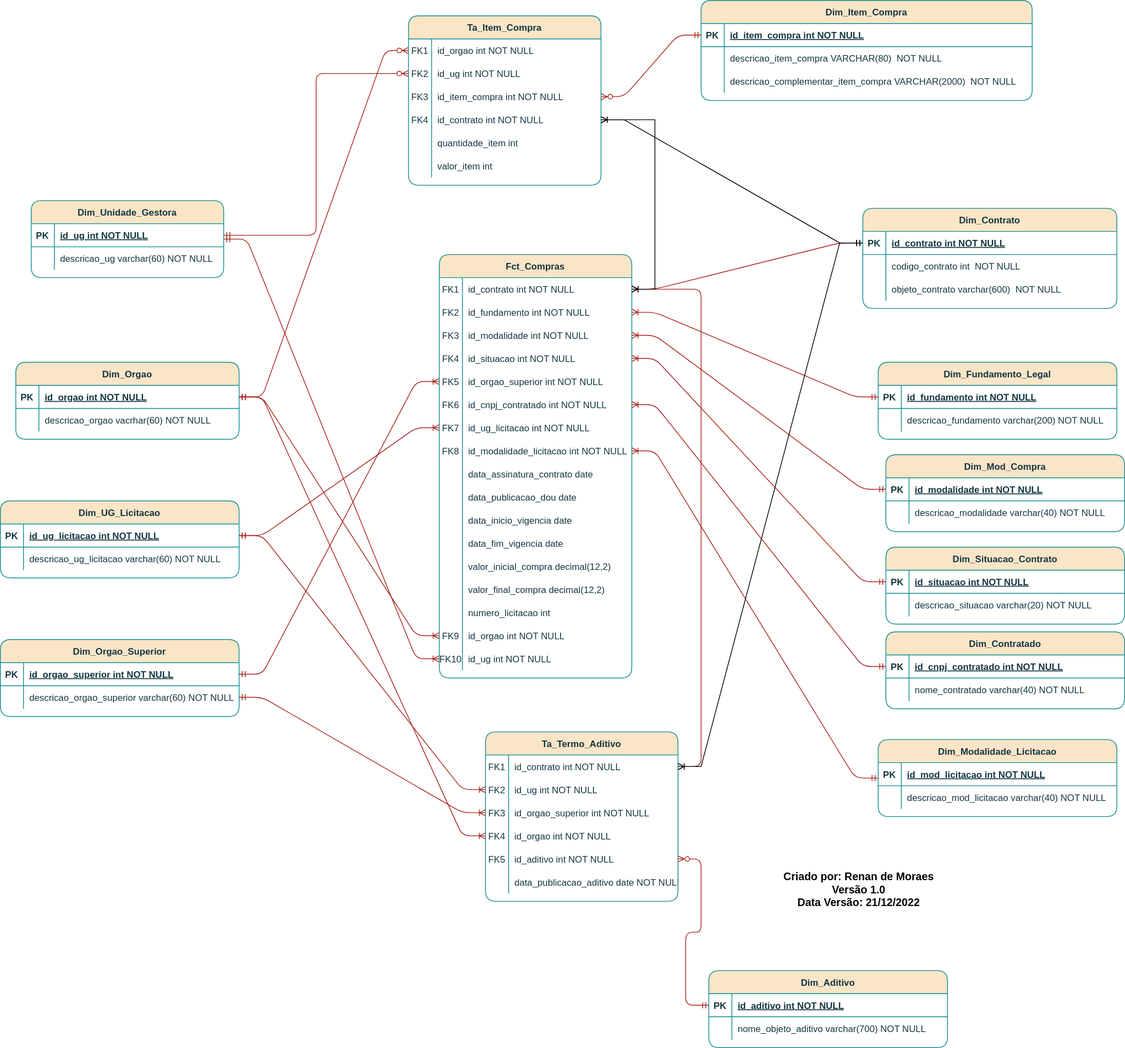
mpraes/projeto_dados_gov_federal keeps this draw.io diagram as DW-COMPRAS-GOV-FEDERAL.svg. Above is the earlier version. Source tidied: cells renumbered, new cells last; positions are measured from the earlier drawing's top-left corner, leaving out a move shared by most shapes.
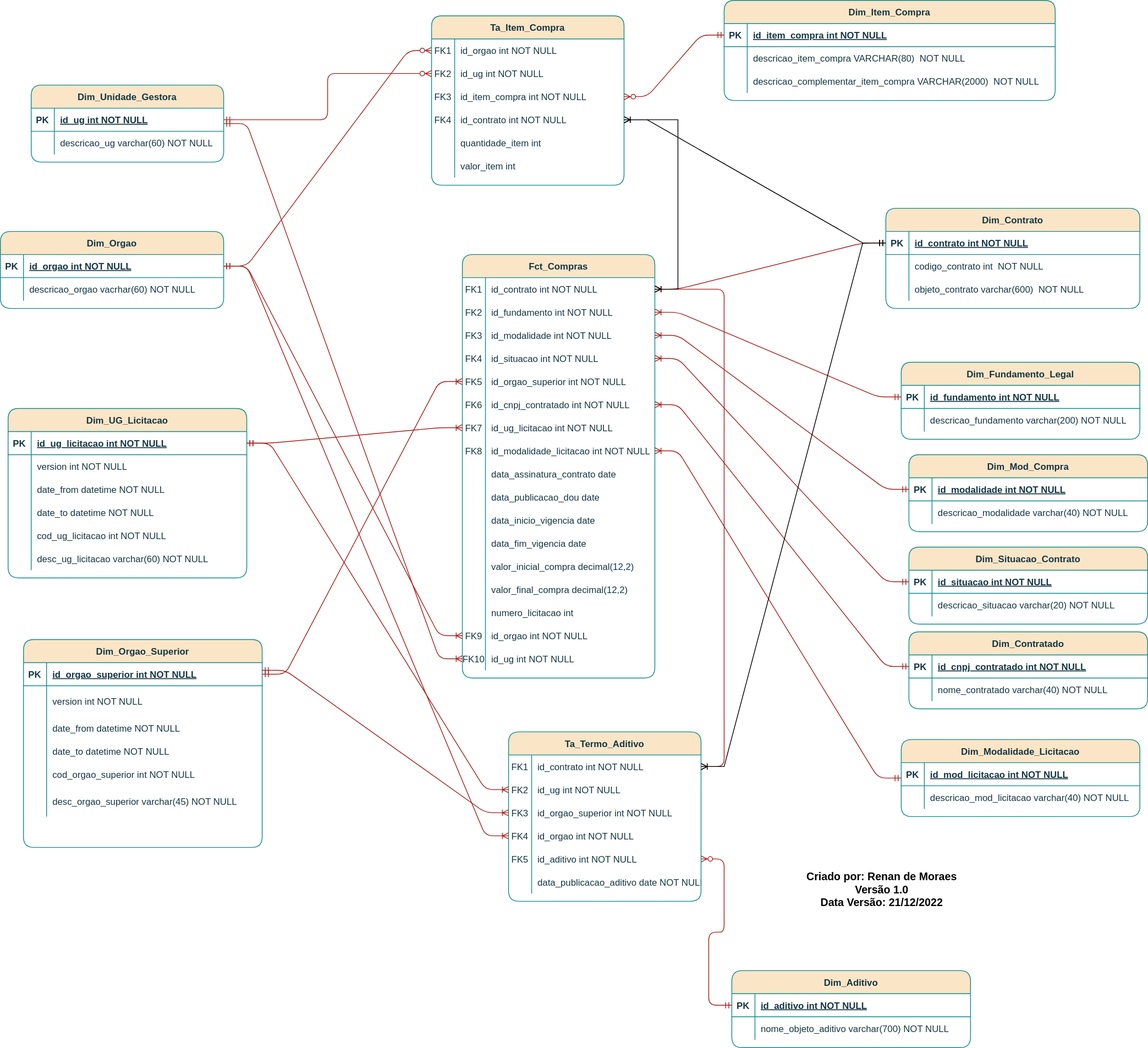
The same file after the commit.

The edit, as a diff of the source:
```diff
@@ -63,7 +63,7 @@
       <mxGeometry x="30" width="220" height="30" as="geometry" />
     </mxCell>
     <mxCell id="22" value="Dim_Unidade_Gestora" style="shape=table;startSize=30;rowLines=0;fontStyle=1;align=center;labelBackgroundColor=none;fillColor=#FAE5C7;strokeColor=#0F8B8D;fontColor=#143642;rounded=1;" parent="1" vertex="1">
-      <mxGeometry x="40" y="260" width="250" height="100" as="geometry" />
+      <mxGeometry x="10" y="110" width="250" height="100" as="geometry" />
     </mxCell>
     <mxCell id="23" style="shape=partialRectangle;fillColor=none;points=[[0,0.5],[1,0.5]];portConstraint=eastwest;top=0;left=0;right=0;bottom=1;labelBackgroundColor=none;strokeColor=#0F8B8D;fontColor=#143642;rounded=1;" parent="22" vertex="1">
       <mxGeometry y="30" width="250" height="30" as="geometry" />
@@ -84,7 +84,7 @@
       <mxGeometry x="30" width="220" height="30" as="geometry" />
     </mxCell>
     <mxCell id="29" value="Dim_Orgao" style="shape=table;startSize=30;rowLines=0;fontStyle=1;align=center;labelBackgroundColor=none;fillColor=#FAE5C7;strokeColor=#0F8B8D;fontColor=#143642;rounded=1;" parent="1" vertex="1">
-      <mxGeometry x="20" y="470" width="290" height="100" as="geometry" />
+      <mxGeometry x="-30" y="300" width="290" height="100" as="geometry" />
     </mxCell>
     <mxCell id="30" style="shape=partialRectangle;fillColor=none;points=[[0,0.5],[1,0.5]];portConstraint=eastwest;top=0;left=0;right=0;bottom=1;labelBackgroundColor=none;strokeColor=#0F8B8D;fontColor=#143642;rounded=1;" parent="29" vertex="1">
       <mxGeometry y="30" width="290" height="30" as="geometry" />
@@ -234,7 +234,7 @@
       <mxGeometry x="30" width="280" height="30" as="geometry" />
     </mxCell>
     <mxCell id="79" value="Dim_Orgao_Superior" style="shape=table;startSize=30;rowLines=0;fontStyle=1;align=center;labelBackgroundColor=none;fillColor=#FAE5C7;strokeColor=#0F8B8D;fontColor=#143642;rounded=1;" parent="1" vertex="1">
-      <mxGeometry y="830" width="310" height="100" as="geometry" />
+      <mxGeometry y="830" width="310" height="270" as="geometry" />
     </mxCell>
     <mxCell id="80" style="shape=partialRectangle;fillColor=none;points=[[0,0.5],[1,0.5]];portConstraint=eastwest;top=0;left=0;right=0;bottom=1;labelBackgroundColor=none;strokeColor=#0F8B8D;fontColor=#143642;rounded=1;" parent="79" vertex="1">
       <mxGeometry y="30" width="310" height="30" as="geometry" />
@@ -246,14 +246,50 @@
       <mxGeometry x="30" width="280" height="30" as="geometry" />
     </mxCell>
     <mxCell id="83" style="shape=partialRectangle;fillColor=none;points=[[0,0.5],[1,0.5]];portConstraint=eastwest;top=0;left=0;right=0;bottom=0;labelBackgroundColor=none;strokeColor=#0F8B8D;fontColor=#143642;rounded=1;" parent="79" vertex="1">
-      <mxGeometry y="60" width="310" height="30" as="geometry" />
+      <mxGeometry y="60" width="310" height="40" as="geometry" />
     </mxCell>
     <mxCell id="84" style="shape=partialRectangle;overflow=hidden;fillColor=none;top=0;left=0;bottom=0;right=0;labelBackgroundColor=none;strokeColor=#0F8B8D;fontColor=#143642;rounded=1;" parent="83" vertex="1">
-      <mxGeometry width="30" height="30" as="geometry" />
+      <mxGeometry width="30" height="40" as="geometry" />
     </mxCell>
-    <mxCell id="85" value="descricao_orgao_superior varchar(60) NOT NULL" style="shape=partialRectangle;overflow=hidden;fillColor=none;top=0;left=0;bottom=0;right=0;align=left;spacingLeft=6;labelBackgroundColor=none;strokeColor=#0F8B8D;fontColor=#143642;rounded=1;" parent="83" vertex="1">
-      <mxGeometry x="30" width="280" height="30" as="geometry" />
+    <mxCell id="85" value="version int NOT NULL" style="shape=partialRectangle;overflow=hidden;fillColor=none;top=0;left=0;bottom=0;right=0;align=left;spacingLeft=6;labelBackgroundColor=none;strokeColor=#0F8B8D;fontColor=#143642;rounded=1;" parent="83" vertex="1">
+      <mxGeometry x="30" width="280" height="40" as="geometry" />
     </mxCell>
+    <mxCell id="204" style="shape=partialRectangle;fillColor=none;top=0;left=0;right=0;bottom=0;labelBackgroundColor=none;strokeColor=#0F8B8D;fontColor=#143642;rounded=1;" parent="79" vertex="1">
+      <mxGeometry y="100" width="310" height="30" as="geometry" />
+    </mxCell>
+    <mxCell id="205" style="shape=partialRectangle;overflow=hidden;fillColor=none;top=0;left=0;bottom=0;right=0;labelBackgroundColor=none;strokeColor=#0F8B8D;fontColor=#143642;rounded=1;" parent="204" vertex="1">
+      <mxGeometry width="30" height="30" as="geometry" />
+    </mxCell>
+    <mxCell id="206" value="date_from datetime NOT NULL" style="shape=partialRectangle;overflow=hidden;fillColor=none;top=0;left=0;bottom=0;right=0;align=left;spacingLeft=6;labelBackgroundColor=none;strokeColor=#0F8B8D;fontColor=#143642;rounded=1;" parent="204" vertex="1">
+      <mxGeometry x="30" width="280" height="30" as="geometry" />
+    </mxCell>
+    <mxCell id="207" style="shape=partialRectangle;fillColor=none;top=0;left=0;right=0;bottom=0;labelBackgroundColor=none;strokeColor=#0F8B8D;fontColor=#143642;rounded=1;" parent="79" vertex="1">
+      <mxGeometry y="130" width="310" height="30" as="geometry" />
+    </mxCell>
+    <mxCell id="208" style="shape=partialRectangle;overflow=hidden;fillColor=none;top=0;left=0;bottom=0;right=0;labelBackgroundColor=none;strokeColor=#0F8B8D;fontColor=#143642;rounded=1;" parent="207" vertex="1">
+      <mxGeometry width="30" height="30" as="geometry" />
+    </mxCell>
+    <mxCell id="209" value="date_to datetime NOT NULL" style="shape=partialRectangle;overflow=hidden;fillColor=none;top=0;left=0;bottom=0;right=0;align=left;spacingLeft=6;labelBackgroundColor=none;strokeColor=#0F8B8D;fontColor=#143642;rounded=1;" parent="207" vertex="1">
+      <mxGeometry x="30" width="280" height="30" as="geometry" />
+    </mxCell>
+    <mxCell id="210" style="shape=partialRectangle;fillColor=none;top=0;left=0;right=0;bottom=0;labelBackgroundColor=none;strokeColor=#0F8B8D;fontColor=#143642;rounded=1;" parent="79" vertex="1">
+      <mxGeometry y="160" width="310" height="30" as="geometry" />
+    </mxCell>
+    <mxCell id="211" style="shape=partialRectangle;overflow=hidden;fillColor=none;top=0;left=0;bottom=0;right=0;labelBackgroundColor=none;strokeColor=#0F8B8D;fontColor=#143642;rounded=1;" parent="210" vertex="1">
+      <mxGeometry width="30" height="30" as="geometry" />
+    </mxCell>
+    <mxCell id="212" value="cod_orgao_superior int NOT NULL" style="shape=partialRectangle;overflow=hidden;fillColor=none;top=0;left=0;bottom=0;right=0;align=left;spacingLeft=6;labelBackgroundColor=none;strokeColor=#0F8B8D;fontColor=#143642;rounded=1;" parent="210" vertex="1">
+      <mxGeometry x="30" width="280" height="30" as="geometry" />
+    </mxCell>
+    <mxCell id="213" style="shape=partialRectangle;fillColor=none;top=0;left=0;right=0;bottom=0;labelBackgroundColor=none;strokeColor=#0F8B8D;fontColor=#143642;rounded=1;" parent="79" vertex="1">
+      <mxGeometry y="190" width="310" height="40" as="geometry" />
+    </mxCell>
+    <mxCell id="214" style="shape=partialRectangle;overflow=hidden;fillColor=none;top=0;left=0;bottom=0;right=0;labelBackgroundColor=none;strokeColor=#0F8B8D;fontColor=#143642;rounded=1;" parent="213" vertex="1">
+      <mxGeometry width="30" height="40" as="geometry" />
+    </mxCell>
+    <mxCell id="215" value="desc_orgao_superior varchar(45) NOT NULL" style="shape=partialRectangle;overflow=hidden;fillColor=none;top=0;left=0;bottom=0;right=0;align=left;spacingLeft=6;labelBackgroundColor=none;strokeColor=#0F8B8D;fontColor=#143642;rounded=1;" parent="213" vertex="1">
+      <mxGeometry x="30" width="280" height="40" as="geometry" />
+    </mxCell>
     <mxCell id="86" value="Dim_Contratado" style="shape=table;startSize=30;rowLines=0;fontStyle=1;align=center;labelBackgroundColor=none;fillColor=#FAE5C7;strokeColor=#0F8B8D;fontColor=#143642;rounded=1;" parent="1" vertex="1">
       <mxGeometry x="1150" y="820" width="310" height="100" as="geometry" />
     </mxCell>
@@ -460,7 +496,7 @@
       </mxGeometry>
     </mxCell>
     <mxCell id="153" value="Dim_UG_Licitacao" style="shape=table;startSize=30;rowLines=0;fontStyle=1;align=center;labelBackgroundColor=none;fillColor=#FAE5C7;strokeColor=#0F8B8D;fontColor=#143642;rounded=1;" parent="1" vertex="1">
-      <mxGeometry y="650" width="310" height="100" as="geometry" />
+      <mxGeometry x="-20" y="530" width="310" height="220" as="geometry" />
     </mxCell>
     <mxCell id="154" style="shape=partialRectangle;fillColor=none;points=[[0,0.5],[1,0.5]];portConstraint=eastwest;top=0;left=0;right=0;bottom=1;labelBackgroundColor=none;strokeColor=#0F8B8D;fontColor=#143642;rounded=1;" parent="153" vertex="1">
       <mxGeometry y="30" width="310" height="30" as="geometry" />
@@ -477,9 +513,45 @@
     <mxCell id="158" style="shape=partialRectangle;overflow=hidden;fillColor=none;top=0;left=0;bottom=0;right=0;labelBackgroundColor=none;strokeColor=#0F8B8D;fontColor=#143642;rounded=1;" parent="157" vertex="1">
       <mxGeometry width="30" height="30" as="geometry" />
     </mxCell>
-    <mxCell id="159" value="descricao_ug_licitacao varchar(60) NOT NULL" style="shape=partialRectangle;overflow=hidden;fillColor=none;top=0;left=0;bottom=0;right=0;align=left;spacingLeft=6;labelBackgroundColor=none;strokeColor=#0F8B8D;fontColor=#143642;rounded=1;" parent="157" vertex="1">
+    <mxCell id="159" value="version int NOT NULL" style="shape=partialRectangle;overflow=hidden;fillColor=none;top=0;left=0;bottom=0;right=0;align=left;spacingLeft=6;labelBackgroundColor=none;strokeColor=#0F8B8D;fontColor=#143642;rounded=1;" parent="157" vertex="1">
       <mxGeometry x="30" width="280" height="30" as="geometry" />
     </mxCell>
+    <mxCell id="216" style="shape=partialRectangle;fillColor=none;top=0;left=0;right=0;bottom=0;labelBackgroundColor=none;strokeColor=#0F8B8D;fontColor=#143642;rounded=1;" parent="153" vertex="1">
+      <mxGeometry y="90" width="310" height="30" as="geometry" />
+    </mxCell>
+    <mxCell id="217" style="shape=partialRectangle;overflow=hidden;fillColor=none;top=0;left=0;bottom=0;right=0;labelBackgroundColor=none;strokeColor=#0F8B8D;fontColor=#143642;rounded=1;" parent="216" vertex="1">
+      <mxGeometry width="30" height="30" as="geometry" />
+    </mxCell>
+    <mxCell id="218" value="date_from datetime NOT NULL" style="shape=partialRectangle;overflow=hidden;fillColor=none;top=0;left=0;bottom=0;right=0;align=left;spacingLeft=6;labelBackgroundColor=none;strokeColor=#0F8B8D;fontColor=#143642;rounded=1;" parent="216" vertex="1">
+      <mxGeometry x="30" width="280" height="30" as="geometry" />
+    </mxCell>
+    <mxCell id="219" style="shape=partialRectangle;fillColor=none;top=0;left=0;right=0;bottom=0;labelBackgroundColor=none;strokeColor=#0F8B8D;fontColor=#143642;rounded=1;" parent="153" vertex="1">
+      <mxGeometry y="120" width="310" height="30" as="geometry" />
+    </mxCell>
+    <mxCell id="220" style="shape=partialRectangle;overflow=hidden;fillColor=none;top=0;left=0;bottom=0;right=0;labelBackgroundColor=none;strokeColor=#0F8B8D;fontColor=#143642;rounded=1;" parent="219" vertex="1">
+      <mxGeometry width="30" height="30" as="geometry" />
+    </mxCell>
+    <mxCell id="221" value="date_to datetime NOT NULL" style="shape=partialRectangle;overflow=hidden;fillColor=none;top=0;left=0;bottom=0;right=0;align=left;spacingLeft=6;labelBackgroundColor=none;strokeColor=#0F8B8D;fontColor=#143642;rounded=1;" parent="219" vertex="1">
+      <mxGeometry x="30" width="280" height="30" as="geometry" />
+    </mxCell>
+    <mxCell id="222" style="shape=partialRectangle;fillColor=none;top=0;left=0;right=0;bottom=0;labelBackgroundColor=none;strokeColor=#0F8B8D;fontColor=#143642;rounded=1;" parent="153" vertex="1">
+      <mxGeometry y="150" width="310" height="30" as="geometry" />
+    </mxCell>
+    <mxCell id="223" style="shape=partialRectangle;overflow=hidden;fillColor=none;top=0;left=0;bottom=0;right=0;labelBackgroundColor=none;strokeColor=#0F8B8D;fontColor=#143642;rounded=1;" parent="222" vertex="1">
+      <mxGeometry width="30" height="30" as="geometry" />
+    </mxCell>
+    <mxCell id="224" value="cod_ug_licitacao int NOT NULL" style="shape=partialRectangle;overflow=hidden;fillColor=none;top=0;left=0;bottom=0;right=0;align=left;spacingLeft=6;labelBackgroundColor=none;strokeColor=#0F8B8D;fontColor=#143642;rounded=1;" parent="222" vertex="1">
+      <mxGeometry x="30" width="280" height="30" as="geometry" />
+    </mxCell>
+    <mxCell id="225" style="shape=partialRectangle;fillColor=none;top=0;left=0;right=0;bottom=0;labelBackgroundColor=none;strokeColor=#0F8B8D;fontColor=#143642;rounded=1;" parent="153" vertex="1">
+      <mxGeometry y="180" width="310" height="30" as="geometry" />
+    </mxCell>
+    <mxCell id="226" style="shape=partialRectangle;overflow=hidden;fillColor=none;top=0;left=0;bottom=0;right=0;labelBackgroundColor=none;strokeColor=#0F8B8D;fontColor=#143642;rounded=1;" parent="225" vertex="1">
+      <mxGeometry width="30" height="30" as="geometry" />
+    </mxCell>
+    <mxCell id="227" value="desc_ug_licitacao varchar(60) NOT NULL" style="shape=partialRectangle;overflow=hidden;fillColor=none;top=0;left=0;bottom=0;right=0;align=left;spacingLeft=6;labelBackgroundColor=none;strokeColor=#0F8B8D;fontColor=#143642;rounded=1;" parent="225" vertex="1">
+      <mxGeometry x="30" width="280" height="30" as="geometry" />
+    </mxCell>
     <mxCell id="160" value="Dim_Modalidade_Licitacao" style="shape=table;startSize=30;rowLines=0;fontStyle=1;align=center;labelBackgroundColor=none;fillColor=#FAE5C7;strokeColor=#0F8B8D;fontColor=#143642;rounded=1;" parent="1" vertex="1">
       <mxGeometry x="1140" y="960" width="310" height="100" as="geometry" />
     </mxCell>
@@ -594,8 +666,10 @@
     <mxCell id="197" style="edgeStyle=entityRelationEdgeStyle;fontSize=12;html=1;endArrow=ERoneToMany;startArrow=ERmandOne;rounded=1;strokeColor=#A8201A;fontColor=#143642;fillColor=#FAE5C7;entryX=0;entryY=0.5;entryDx=0;entryDy=0;" parent="1" edge="1" source="154" target="173">
       <mxGeometry relative="1" as="geometry" />
     </mxCell>
-    <mxCell id="198" style="edgeStyle=entityRelationEdgeStyle;fontSize=12;html=1;endArrow=ERoneToMany;startArrow=ERmandOne;rounded=1;strokeColor=#A8201A;fontColor=#143642;fillColor=#FAE5C7;entryX=0;entryY=0.5;entryDx=0;entryDy=0;exitX=1;exitY=0.5;exitDx=0;exitDy=0;" parent="1" edge="1" source="83" target="176">
-      <mxGeometry relative="1" as="geometry" />
+    <mxCell id="198" style="edgeStyle=entityRelationEdgeStyle;fontSize=12;html=1;endArrow=ERoneToMany;startArrow=ERmandOne;rounded=1;strokeColor=#A8201A;fontColor=#143642;fillColor=#FAE5C7;entryX=0;entryY=0.5;entryDx=0;entryDy=0;" parent="1" edge="1" target="176">
+      <mxGeometry relative="1" as="geometry">
+        <mxPoint x="310" y="870" as="sourcePoint" />
+      </mxGeometry>
     </mxCell>
     <mxCell id="199" style="edgeStyle=entityRelationEdgeStyle;fontSize=12;html=1;endArrow=ERoneToMany;startArrow=ERmandOne;rounded=1;strokeColor=#A8201A;fontColor=#143642;fillColor=#FAE5C7;entryX=0;entryY=0.5;entryDx=0;entryDy=0;" parent="1" edge="1" source="30" target="179">
       <mxGeometry relative="1" as="geometry" />
```
